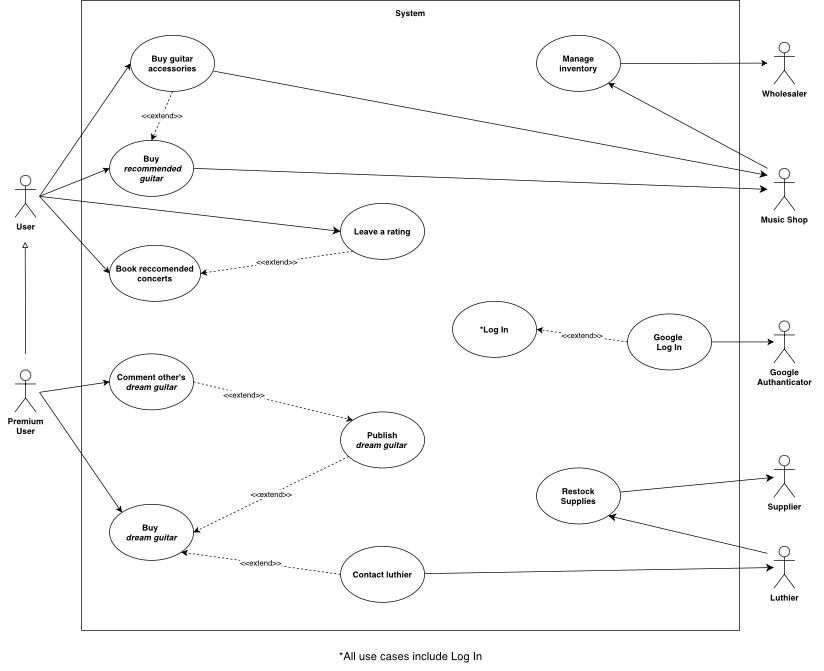
The draw.io diagram diagrams/UseCaseDiagram.drawio .png in TizianoLilli/ISPW-Project, before a commit. Source tidied: cells renumbered, new cells last; positions are measured from the earlier drawing's top-left corner, leaving out a move shared by most shapes.
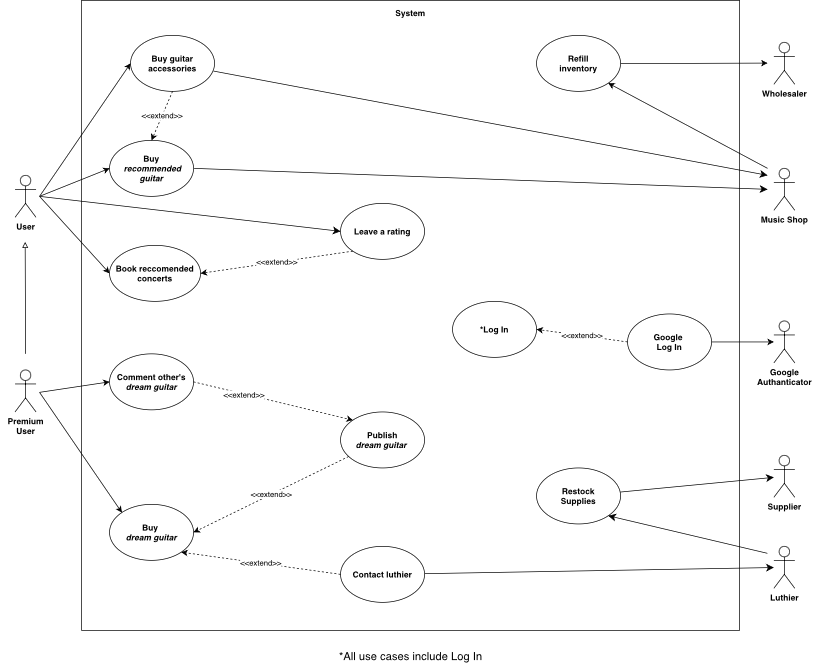
Above is the later version.

The edit, as a diff of the source:
```diff
@@ -131,7 +131,7 @@
         <mxPoint x="1075" y="89.6" as="targetPoint" />
       </mxGeometry>
     </mxCell>
-    <mxCell id="38" value="&lt;b&gt;Manage&lt;/b&gt;&lt;div&gt;&lt;b&gt;inventory&lt;/b&gt;&lt;/div&gt;" style="ellipse;whiteSpace=wrap;html=1;" parent="1" vertex="1">
+    <mxCell id="38" value="&lt;b&gt;Refill&lt;/b&gt;&lt;div&gt;&lt;b&gt;inventory&lt;/b&gt;&lt;/div&gt;" style="ellipse;whiteSpace=wrap;html=1;" parent="1" vertex="1">
       <mxGeometry x="745" y="50" width="120" height="80" as="geometry" />
     </mxCell>
     <mxCell id="39" style="endArrow=classic;html=1;rounded=0;entryX=1;entryY=1;entryDx=0;entryDy=0;" parent="1" edge="1" target="38">
```
